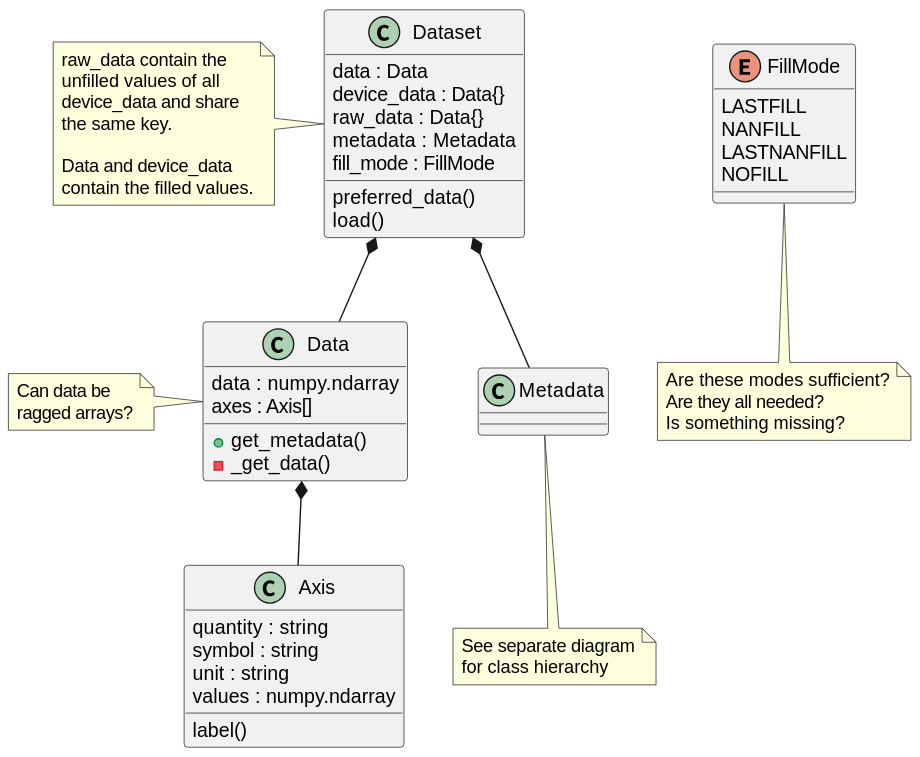
The PlantUML diagram docs/uml/evedata.dataset.dataset.svg in tillbiskup/evedata, before a commit.
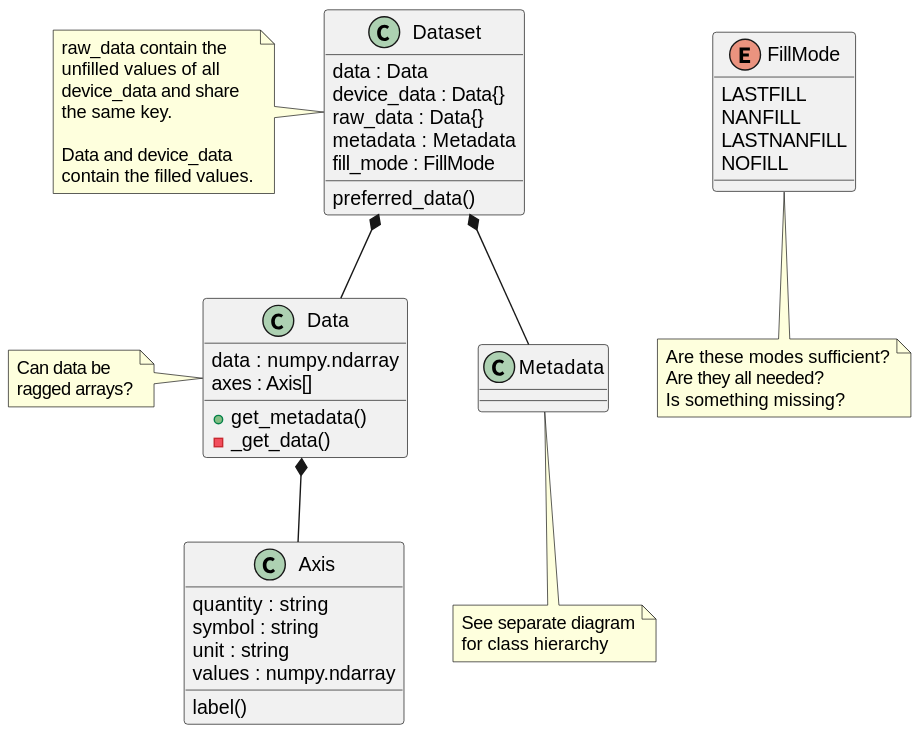
Above is the later version.

Commit message:
Start with UML diagrams for facades

What changed in the source:
```diff
@@ -7,7 +7,6 @@
     fill_mode : FillMode
 
     preferred_data()
-    load()
 }
 note left: raw_data contain the\nunfilled values of all\ndevice_data and share\nthe same key.\n\nData and device_data\ncontain the filled values.
 
```
